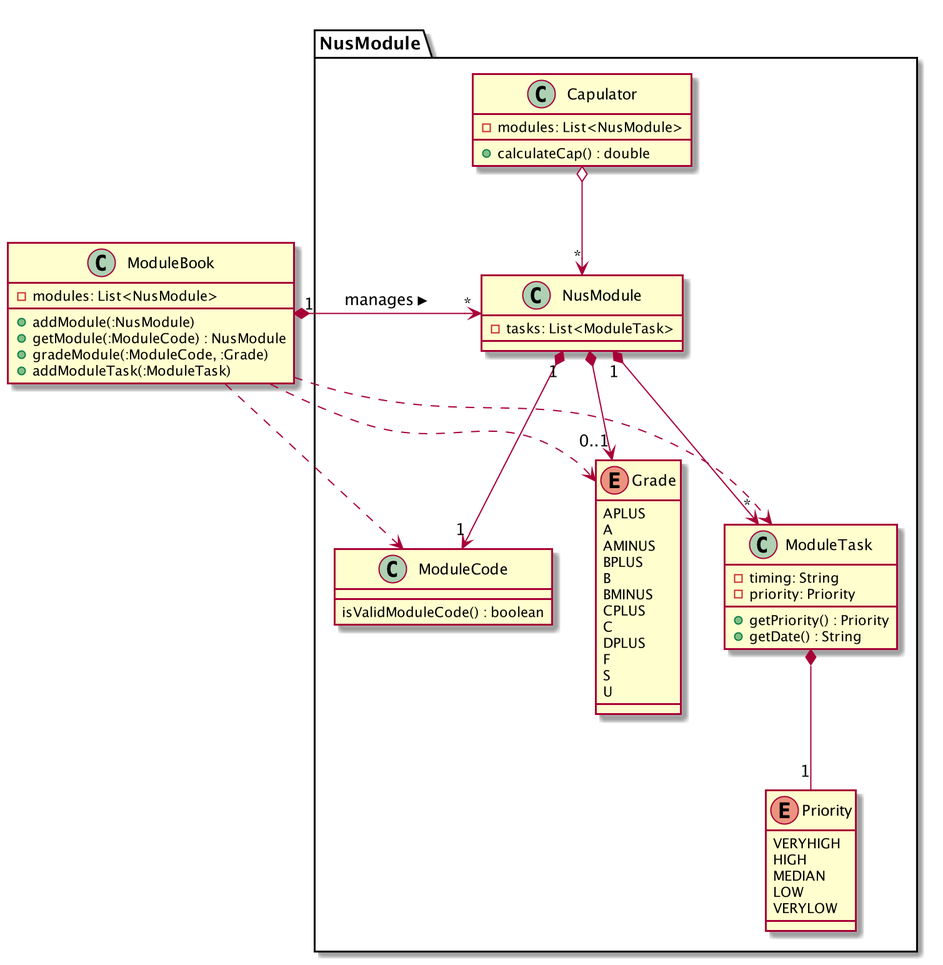
The PlantUML diagram images/NusModuleClassDiagram.png in AY1920S2-CS2103T-W16-4/main, before a commit.
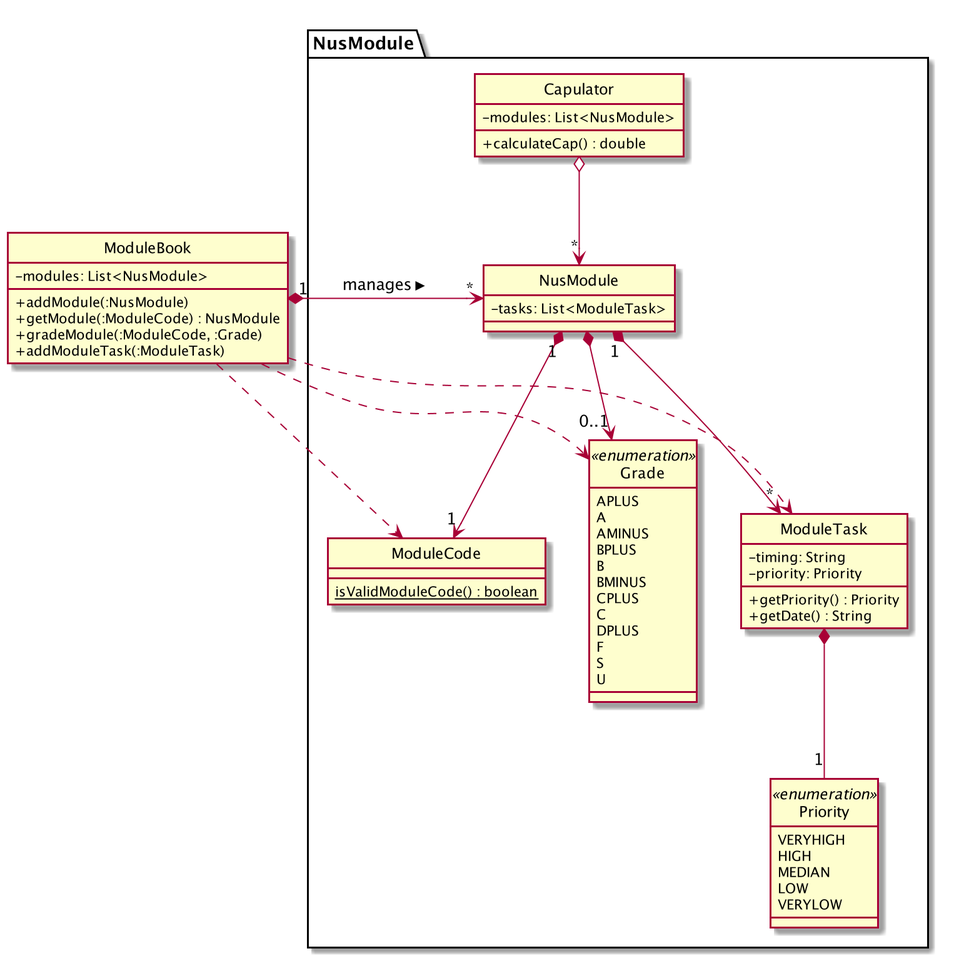
After the change.

The edit, as a diff of the source:
```diff
@@ -1,4 +1,6 @@
 @startuml
+skinparam classAttributeIconSize 0
+hide circle
 
 Class ModuleBook {
     - modules: List<NusModule>
@@ -12,9 +14,9 @@
         - tasks: List<ModuleTask>
     }
     Class ModuleCode {
-            isValidModuleCode() : boolean
+            {static} isValidModuleCode() : boolean
     }
-    enum Grade {
+    enum Grade <<enumeration>> {
         APLUS
         A
         AMINUS
@@ -28,7 +30,7 @@
         S
         U
     }
-    enum Priority {
+    enum Priority <<enumeration>> {
         VERYHIGH
         HIGH
         MEDIAN
```
